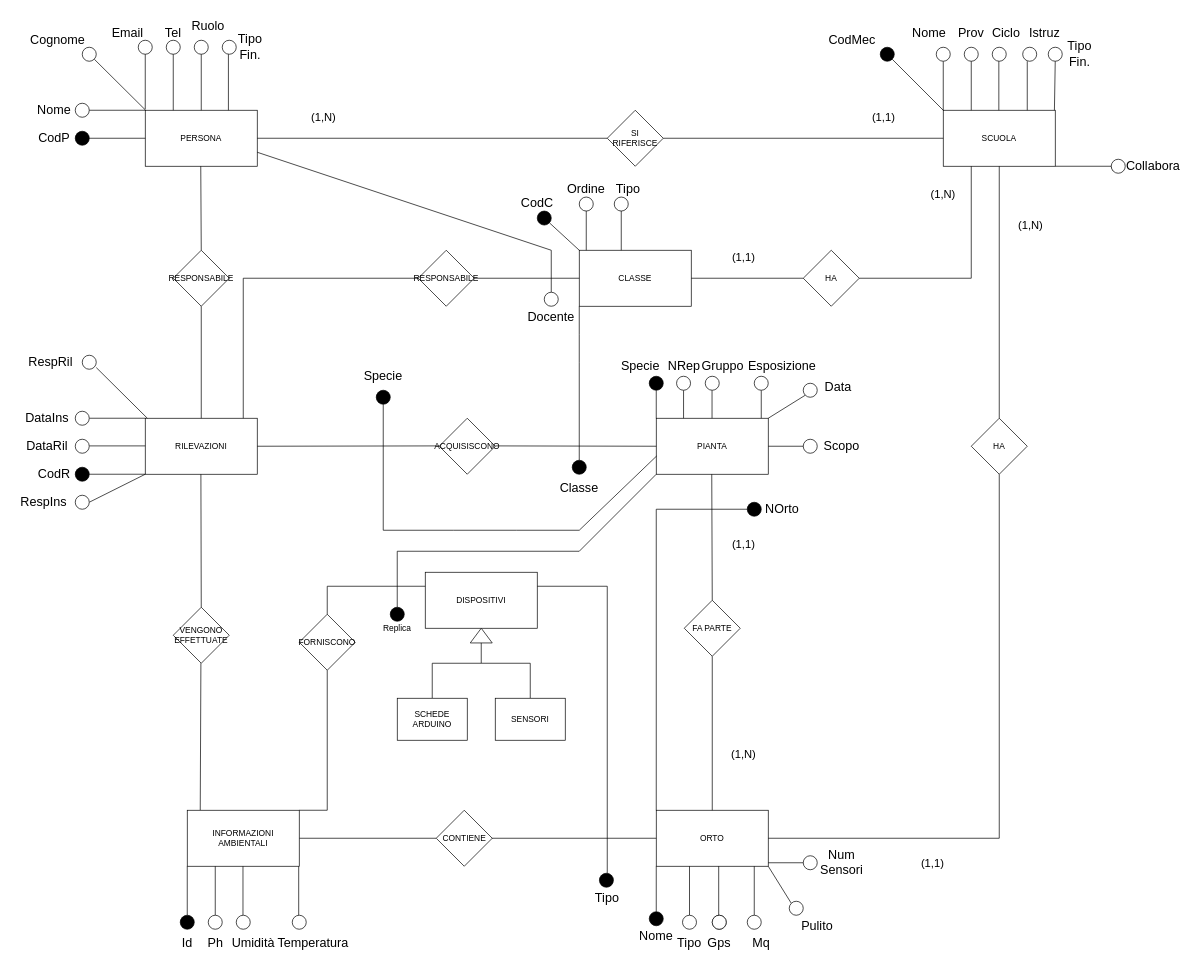
Earlier version of the draw.io diagram BD_ER_2023.drawio (pizzo-kyle/unige). Source tidied: cells renumbered, new cells numbered last; positions are measured from the earlier drawing's top-left corner, leaving out a move shared by most shapes. Both pictures are drawn from the tidied source at 70%, with x=0, y=0 at pixel (12, 12).
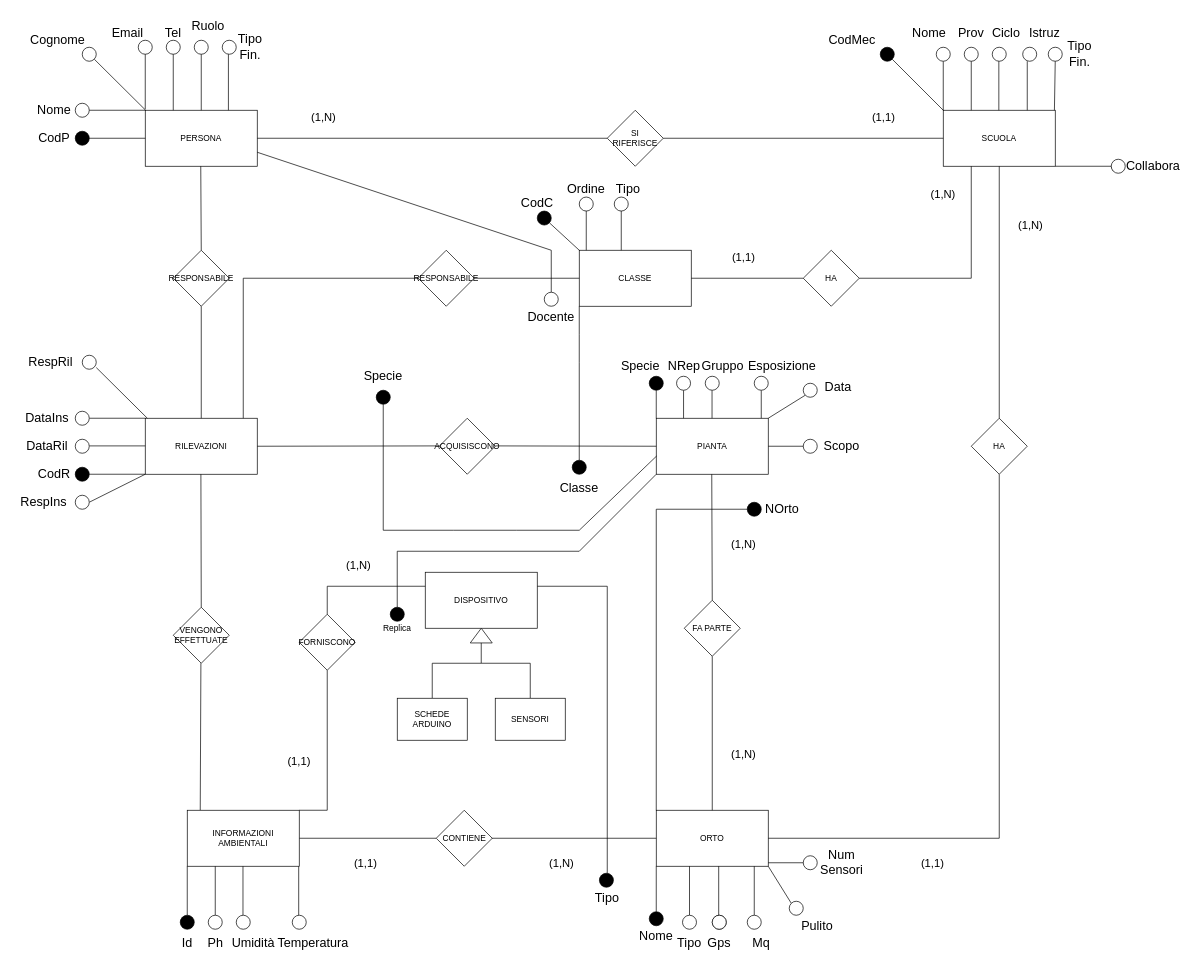
Above is the later version.

What changed in the source:
```diff
@@
-    <mxCell id="25" value="DISPOSITIVI" style="rounded=0;whiteSpace=wrap;html=1;" parent="1" vertex="1">
+    <mxCell id="25" value="DISPOSITIVO" style="rounded=0;whiteSpace=wrap;html=1;" parent="1" vertex="1">
       <mxGeometry x="590" y="800" width="160" height="80" as="geometry" />
     </mxCell>
@@
-    <mxCell id="191" value="&lt;font style=&quot;font-size: 16px;&quot;&gt;(1,1)&lt;/font&gt;" style="text;html=1;strokeColor=none;fillColor=none;align=center;verticalAlign=middle;whiteSpace=wrap;rounded=0;" parent="1" vertex="1">
+    <mxCell id="191" value="&lt;font style=&quot;font-size: 16px;&quot;&gt;(1,N)&lt;/font&gt;" style="text;html=1;strokeColor=none;fillColor=none;align=center;verticalAlign=middle;whiteSpace=wrap;rounded=0;" parent="1" vertex="1">
       <mxGeometry x="1010" y="740" width="70" height="40" as="geometry" />
     </mxCell>
@@
+    <mxCell id="194" value="&lt;font style=&quot;font-size: 16px;&quot;&gt;(1,N)&lt;/font&gt;" style="text;html=1;strokeColor=none;fillColor=none;align=center;verticalAlign=middle;whiteSpace=wrap;rounded=0;" parent="1" vertex="1">
+      <mxGeometry x="750" y="1195" width="70" height="40" as="geometry" />
+    </mxCell>
+    <mxCell id="195" value="&lt;font style=&quot;font-size: 16px;&quot;&gt;(1,1)&lt;/font&gt;" style="text;html=1;strokeColor=none;fillColor=none;align=center;verticalAlign=middle;whiteSpace=wrap;rounded=0;" parent="1" vertex="1">
+      <mxGeometry x="470" y="1195" width="70" height="40" as="geometry" />
+    </mxCell>
+    <mxCell id="196" value="&lt;font style=&quot;font-size: 16px;&quot;&gt;(1,1)&lt;/font&gt;" style="text;html=1;strokeColor=none;fillColor=none;align=center;verticalAlign=middle;whiteSpace=wrap;rounded=0;" parent="1" vertex="1">
+      <mxGeometry x="375" y="1050" width="70" height="40" as="geometry" />
+    </mxCell>
+    <mxCell id="197" value="&lt;font style=&quot;font-size: 16px;&quot;&gt;(1,N)&lt;/font&gt;" style="text;html=1;strokeColor=none;fillColor=none;align=center;verticalAlign=middle;whiteSpace=wrap;rounded=0;" parent="1" vertex="1">
+      <mxGeometry x="460" y="770" width="70" height="40" as="geometry" />
+    </mxCell>
```
